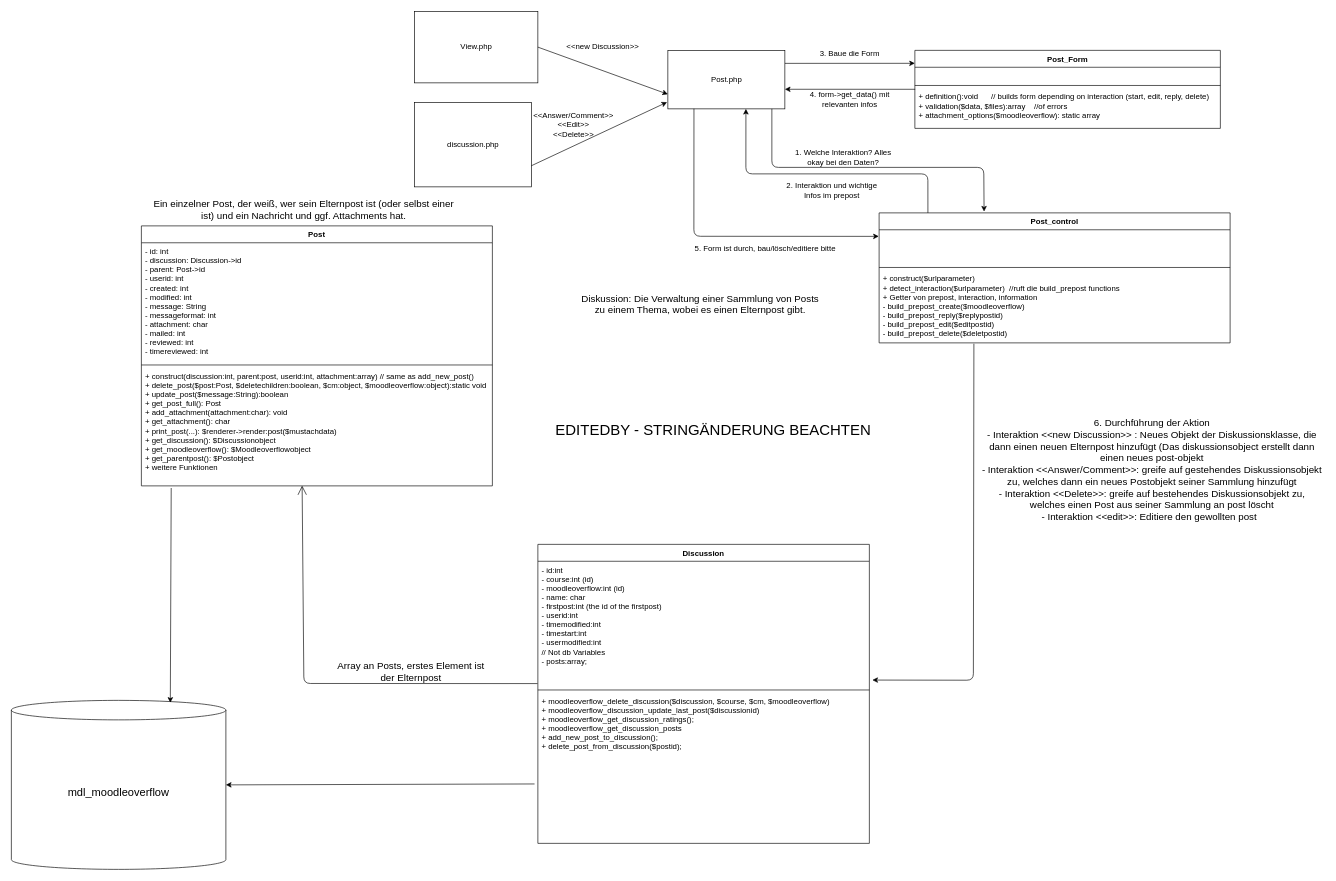
learnweb/moodle-mod_moodleoverflow keeps this draw.io diagram as classes/post/structure.drawio. Above is the earlier version. Source tidied: cells renumbered, new cells numbered last; positions are measured from the earlier drawing's top-left corner, leaving out a move shared by most shapes. Both pictures are drawn from the tidied source at 65%, with x=0, y=0 at pixel (11, 11).
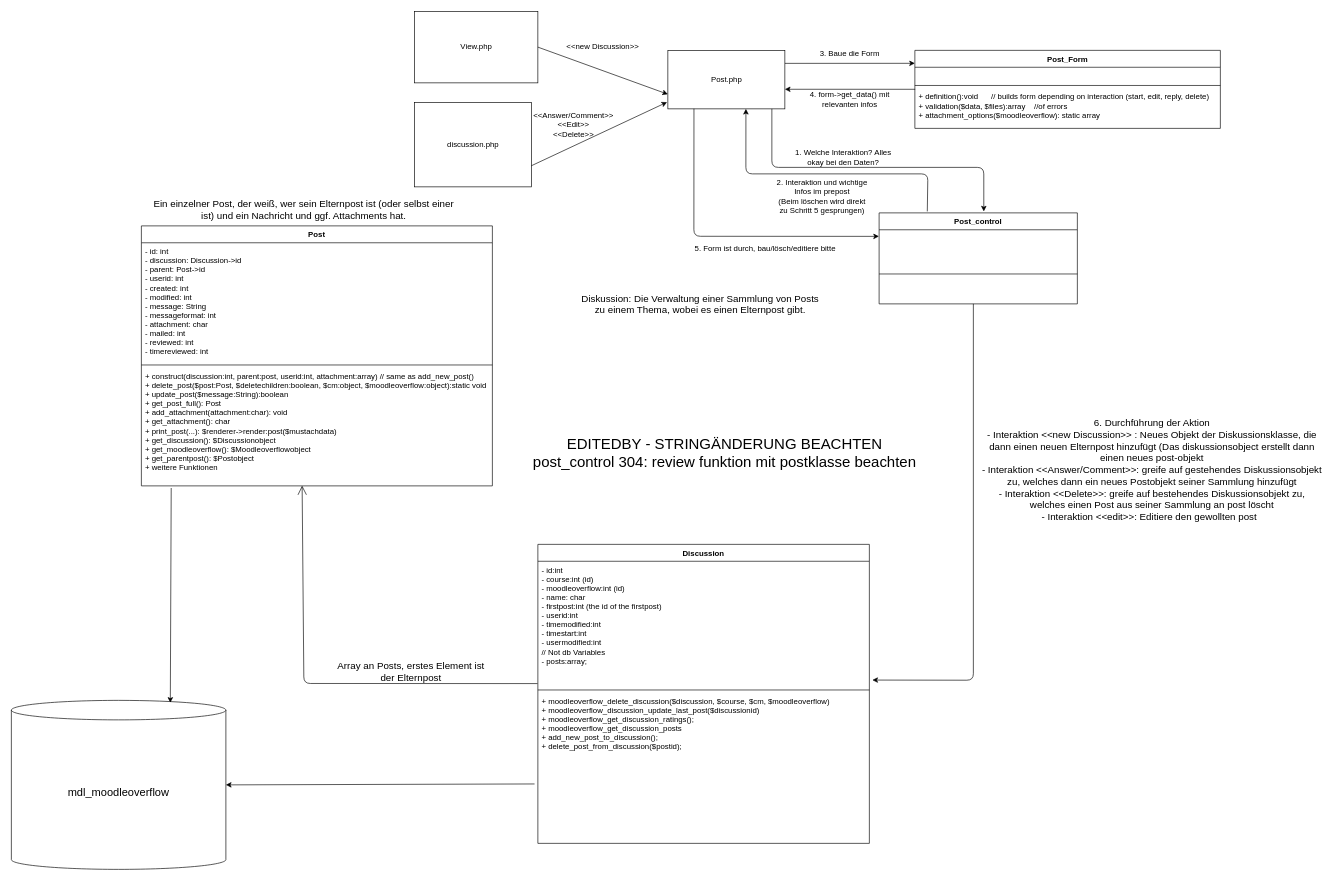
The same page after the edit.

Commit message (it also covers changes not shown here):
WIP: new post.php file, post control is almost ready

Unchanged cells that the change refers to:
```xml
<mxCell id="11" value="Post.php&lt;br&gt;" style="html=1;" parent="1" vertex="1">
  <mxGeometry x="1010" y="60" width="180" height="90" as="geometry" />
</mxCell>
<mxCell id="26" value="- id:int&#10;- course:int (id)&#10;- moodleoverflow:int (id)&#10;- name: char&#10;- firstpost:int (the id of the firstpost)&#10;- userid:int&#10;- timemodified:int&#10;- timestart:int&#10;- usermodified:int&#10;// Not db Variables&#10;- posts:array;" style="text;strokeColor=none;fillColor=none;align=left;verticalAlign=top;spacingLeft=4;spacingRight=4;overflow=hidden;points=[[0,0.5],[1,0.5]];portConstraint=eastwest;" parent="25" vertex="1">
  <mxGeometry y="26" width="510" height="194" as="geometry" />
</mxCell>
```

Diff of the diagram source:
```diff
@@
     <mxCell id="17" value="Post_control" style="swimlane;fontStyle=1;align=center;verticalAlign=top;horizontal=1;startSize=26;" parent="1" vertex="1">
-      <mxGeometry x="1335" y="310" width="540" height="200" as="geometry" />
+      <mxGeometry x="1335" y="310" width="305" height="140" as="geometry" />
     </mxCell>
     <mxCell id="18" value="  " style="text;strokeColor=none;fillColor=none;align=left;verticalAlign=top;spacingLeft=4;spacingRight=4;overflow=hidden;points=[[0,0.5],[1,0.5]];portConstraint=eastwest;" parent="17" vertex="1">
-      <mxGeometry y="26" width="540" height="54" as="geometry" />
+      <mxGeometry y="26" width="305" height="54" as="geometry" />
     </mxCell>
     <mxCell id="19" style="line;strokeWidth=1;fillColor=none;align=left;verticalAlign=middle;spacingTop=-1;spacingLeft=3;spacingRight=3;labelPosition=right;strokeColor=inherit;" parent="17" vertex="1">
-      <mxGeometry y="80" width="540" height="8" as="geometry" />
+      <mxGeometry y="80" width="305" height="28" as="geometry" />
     </mxCell>
-    <mxCell id="20" value="+ construct($urlparameter)&#10;+ detect_interaction($urlparameter)  //ruft die build_prepost functions&#10;+ Getter von prepost, interaction, information&#10;- build_prepost_create($moodleoverflow)&#10;- build_prepost_reply($replypostid)&#10;- build_prepost_edit($editpostid)&#10;- build_prepost_delete($deletpostid)" style="text;strokeColor=none;fillColor=none;align=left;verticalAlign=top;spacingLeft=4;spacingRight=4;overflow=hidden;points=[[0,0.5],[1,0.5]];portConstraint=eastwest;" parent="17" vertex="1">
-      <mxGeometry y="88" width="540" height="112" as="geometry" />
+    <mxCell id="20" value=" " style="text;strokeColor=none;fillColor=none;align=left;verticalAlign=top;spacingLeft=4;spacingRight=4;overflow=hidden;points=[[0,0.5],[1,0.5]];portConstraint=eastwest;" parent="17" vertex="1">
+      <mxGeometry y="108" width="305" height="32" as="geometry" />
     </mxCell>
-    <mxCell id="21" style="endArrow=classic;html=1;entryX=0.299;entryY=-0.01;entryDx=0;entryDy=0;entryPerimeter=0;" parent="1" edge="1" target="17">
+    <mxCell id="21" style="endArrow=classic;html=1;entryX=0.528;entryY=-0.016;entryDx=0;entryDy=0;entryPerimeter=0;" parent="1" edge="1" target="17">
       <mxGeometry relative="1" as="geometry">
         <mxPoint x="1170" y="150" as="sourcePoint" />
         <Array as="points">
           <mxPoint x="1170" y="240" />
           <mxPoint x="1496" y="240" />
         </Array>
       </mxGeometry>
     </mxCell>
@@
-    <mxCell id="23" style="endArrow=classic;html=1;entryX=0.667;entryY=1;entryDx=0;entryDy=0;entryPerimeter=0;exitX=0.139;exitY=0;exitDx=0;exitDy=0;exitPerimeter=0;" parent="1" edge="1" source="17" target="11">
+    <mxCell id="23" style="endArrow=classic;html=1;entryX=0.667;entryY=1;entryDx=0;entryDy=0;entryPerimeter=0;exitX=0.243;exitY=-0.016;exitDx=0;exitDy=0;exitPerimeter=0;" parent="1" edge="1" source="17" target="11">
       <mxGeometry relative="1" as="geometry">
         <Array as="points">
           <mxPoint x="1410" y="250" />
           <mxPoint x="1130" y="250" />
         </Array>
       </mxGeometry>
     </mxCell>
-    <mxCell id="24" value="2. Interaktion und wichtige Infos im prepost" style="text;html=1;strokeColor=none;fillColor=none;align=center;verticalAlign=middle;whiteSpace=wrap;rounded=0;" parent="1" vertex="1">
-      <mxGeometry x="1190" y="260" width="145" height="30" as="geometry" />
+    <mxCell id="24" value="2. Interaktion und wichtige Infos im prepost&lt;br&gt;(Beim löschen wird direkt zu Schritt 5 gesprungen)" style="text;html=1;strokeColor=none;fillColor=none;align=center;verticalAlign=middle;whiteSpace=wrap;rounded=0;" parent="1" vertex="1">
+      <mxGeometry x="1175" y="250" width="145" height="70" as="geometry" />
     </mxCell>
@@
-    <mxCell id="38" style="endArrow=classic;html=1;fontSize=15;exitX=0.27;exitY=1.012;exitDx=0;exitDy=0;exitPerimeter=0;entryX=1.009;entryY=0.942;entryDx=0;entryDy=0;entryPerimeter=0;" parent="1" edge="1" source="20" target="26">
+    <mxCell id="38" style="endArrow=classic;html=1;fontSize=15;entryX=1.009;entryY=0.942;entryDx=0;entryDy=0;entryPerimeter=0;" parent="1" edge="1" target="26">
       <mxGeometry relative="1" as="geometry">
+        <mxPoint x="1480" y="450" as="sourcePoint" />
         <Array as="points">
           <mxPoint x="1480" y="1029" />
         </Array>
       </mxGeometry>
     </mxCell>
@@
-    <mxCell id="44" value="&lt;font style=&quot;font-size: 23px;&quot;&gt;EDITEDBY - STRINGÄNDERUNG BEACHTEN&lt;/font&gt;" style="text;html=1;strokeColor=none;fillColor=none;align=center;verticalAlign=middle;whiteSpace=wrap;rounded=0;" parent="1" vertex="1">
-      <mxGeometry x="820" y="630" width="520" height="30" as="geometry" />
+    <mxCell id="44" value="&lt;font style=&quot;font-size: 23px;&quot;&gt;EDITEDBY - STRINGÄNDERUNG BEACHTEN&lt;br&gt;post_control 304: review funktion mit postklasse beachten&lt;br&gt;&lt;/font&gt;" style="text;html=1;strokeColor=none;fillColor=none;align=center;verticalAlign=middle;whiteSpace=wrap;rounded=0;" parent="1" vertex="1">
+      <mxGeometry x="735" y="520" width="725" height="320" as="geometry" />
     </mxCell>
```
